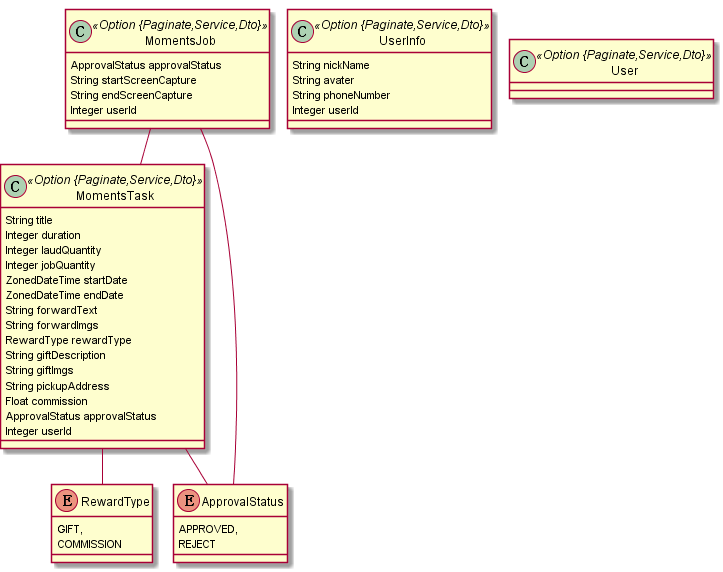
Before: models/v2.png, a diagram exported from PlantUML (lsfoo/share-task).
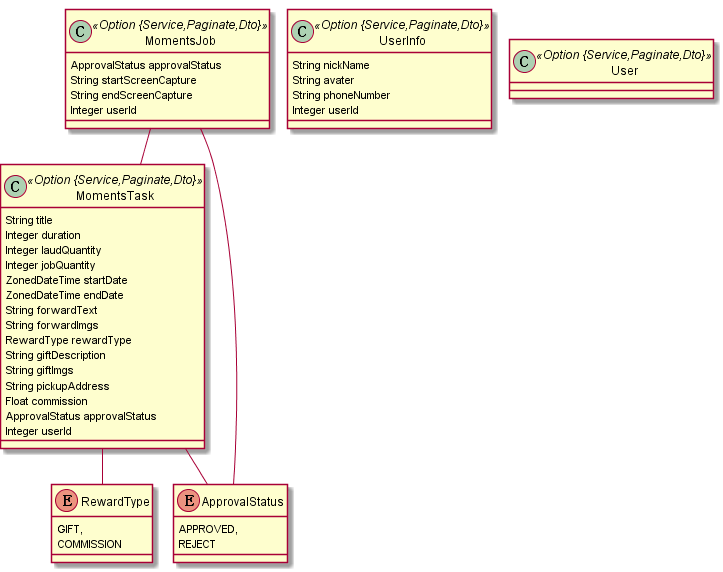
After the commit.

Diff of the diagram source:
```diff
@@ -1,7 +1,7 @@
 @startuml
 	!pragma graphviz_dot jdot
 	!pragma syntax class
-	class MomentsTask <<Option {Paginate,Service,Dto}>> {
+	class MomentsTask <<Option {Service,Paginate,Dto}>> {
 		String title
 		Integer duration
 		Integer laudQuantity
@@ -28,20 +28,20 @@
 		APPROVED,
 		REJECT
 	}
-	class MomentsJob <<Option {Paginate,Service,Dto}>> {
+	class MomentsJob <<Option {Service,Paginate,Dto}>> {
 		ApprovalStatus approvalStatus
 		String startScreenCapture
 		String endScreenCapture
 		Integer userId
 	}
 	MomentsJob ..> ApprovalStatus
-	class UserInfo <<Option {Paginate,Service,Dto}>> {
+	class UserInfo <<Option {Service,Paginate,Dto}>> {
 		String nickName
 		String avater
 		String phoneNumber
 		Integer userId
 	}
 	MomentsJob  "task(title) 0..* " o-- "0..1 "  MomentsTask
-	class User <<Option {Paginate,Service,Dto}>> {
+	class User <<Option {Service,Paginate,Dto}>> {
 	}
 @enduml
```
